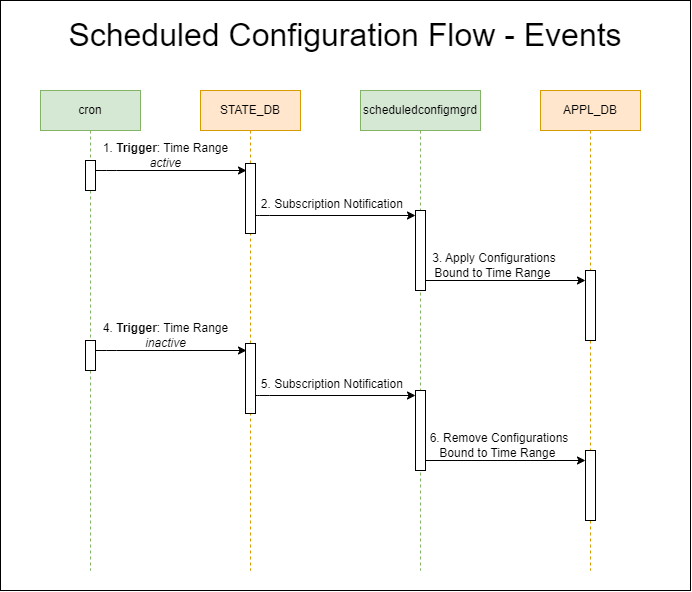
Earlier version of the draw.io export doc/scheduled-configurations/images/scheduled-configuration-flow-events.png (sonic-net/SONiC). Source tidied: cells renumbered, new cells last; positions are measured from the earlier drawing's top-left corner, leaving out a move shared by most shapes.
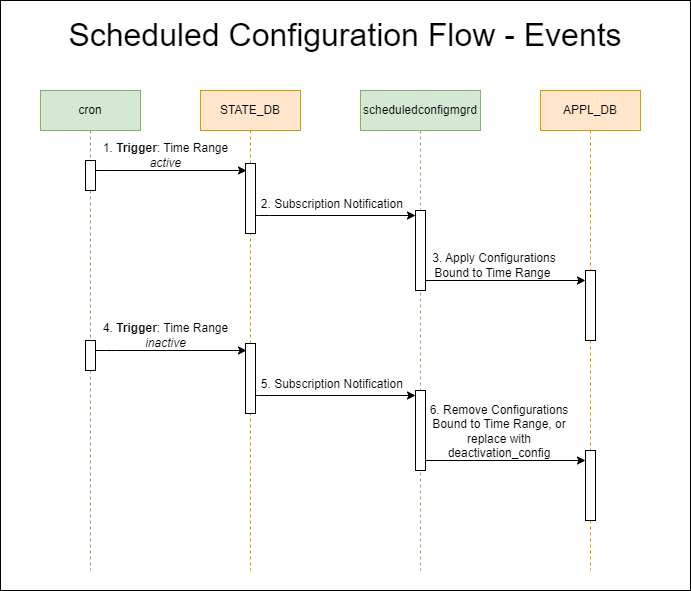
The same diagram one commit later.

Commit message:
Update HLD to include "deactivation_config" option in scheduled_configuration.

The edit, as a diff of the source:
```diff
@@ -105,8 +105,8 @@
     <mxCell id="26" value="4. &lt;b&gt;Trigger&lt;/b&gt;: Time Range &lt;i&gt;inactive&lt;/i&gt;" style="text;html=1;strokeColor=none;fillColor=none;align=center;verticalAlign=middle;whiteSpace=wrap;rounded=0;" parent="1" vertex="1">
       <mxGeometry x="85" y="320" width="161" height="30" as="geometry" />
     </mxCell>
-    <mxCell id="27" value="6. Remove Configurations Bound to Time Range&amp;nbsp;" style="text;html=1;strokeColor=none;fillColor=none;align=center;verticalAlign=middle;whiteSpace=wrap;rounded=0;" parent="1" vertex="1">
-      <mxGeometry x="419" y="435" width="160" height="20" as="geometry" />
+    <mxCell id="27" value="6. Remove Configurations Bound to Time Range, or replace with deactivation_config" style="text;html=1;strokeColor=none;fillColor=none;align=center;verticalAlign=middle;whiteSpace=wrap;rounded=0;" parent="1" vertex="1">
+      <mxGeometry x="419" y="421" width="160" height="20" as="geometry" />
     </mxCell>
   </root>
 </mxGraphModel>
```
